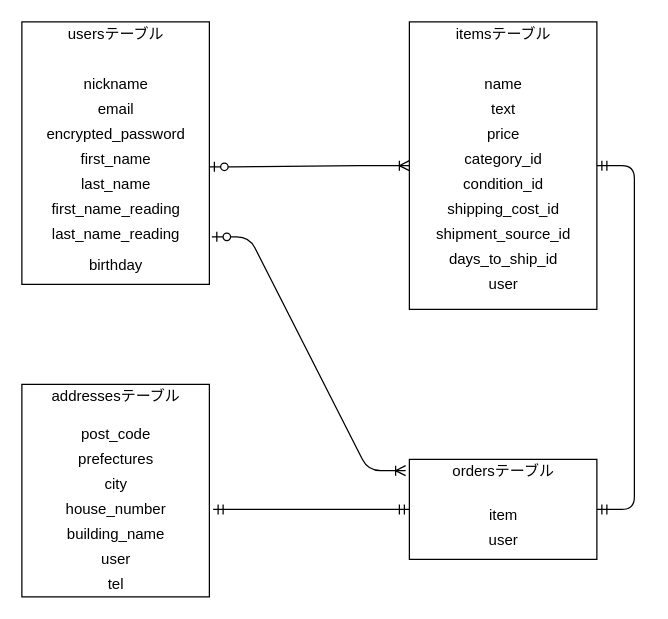
MEGU229/furima-32589 keeps this draw.io diagram as furima.dio. Above is the earlier version. Source tidied: cells renumbered, new cells numbered last; positions are measured from the earlier drawing's top-left corner, leaving out a move shared by most shapes. Both pictures are drawn from the tidied source at 125%, with x=0, y=0 at pixel (21, 21).
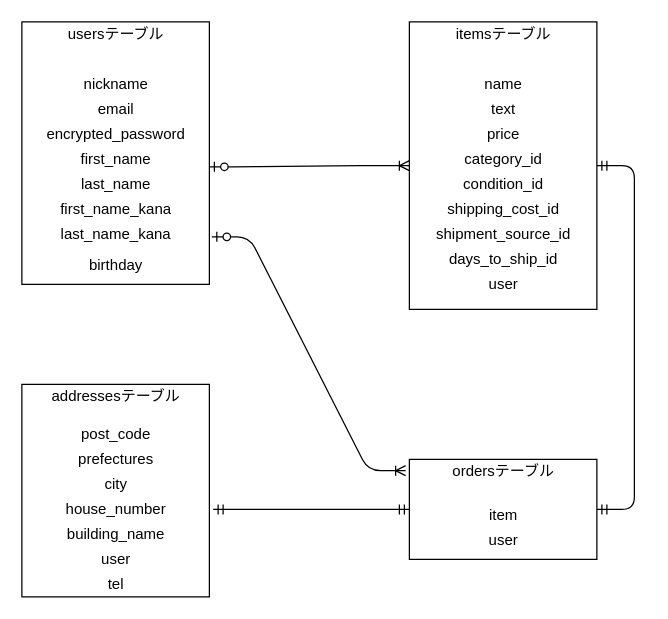
Above is the later version.

What changed in the source:
```diff
@@
-    <mxCell id="9" value="first_name_reading" style="text;html=1;align=center;verticalAlign=middle;fillColor=none;strokeColor=none;rounded=0;" parent="1" vertex="1">
-      <mxGeometry x="15" y="140" width="120" height="20" as="geometry" />
+    <mxCell id="9" value="first_name_kana" style="text;html=1;align=center;verticalAlign=middle;fillColor=none;strokeColor=none;rounded=0;" parent="1" vertex="1">
+      <mxGeometry x="25" y="140" width="100" height="20" as="geometry" />
     </mxCell>
-    <mxCell id="10" value="last_name_reading" style="text;html=1;align=center;verticalAlign=middle;fillColor=none;strokeColor=none;rounded=0;" parent="1" vertex="1">
-      <mxGeometry x="15" y="160" width="120" height="20" as="geometry" />
+    <mxCell id="10" value="last_name_kana" style="text;html=1;align=center;verticalAlign=middle;fillColor=none;strokeColor=none;rounded=0;" parent="1" vertex="1">
+      <mxGeometry x="25" y="160" width="100" height="20" as="geometry" />
     </mxCell>
```
